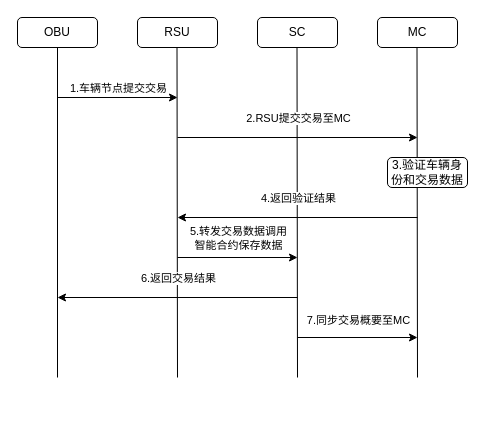
This is 数据请求流程.drawio from burnandgun/diagrams, a draw.io file, before an edit. Source tidied: cells renumbered, new cells numbered last; positions are measured from the earlier drawing's top-left corner, leaving out a move shared by most shapes. Both pictures are drawn from the tidied source at 100%, with x=0, y=0 at pixel (17, 17).
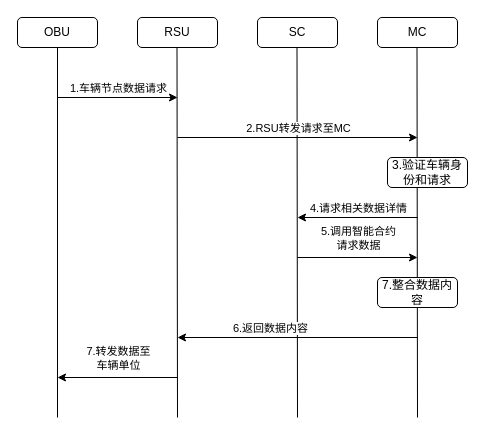
Above is the later version.

Commit message:
更新数据请求流程.drawio

The change refers to these unchanged cells:
```xml
<mxCell id="2" value="OBU" style="rounded=1;whiteSpace=wrap;html=1;" parent="1" vertex="1">
  <mxGeometry width="80" height="30" as="geometry" />
</mxCell>
<mxCell id="10" style="endArrow=classic;html=1;rounded=0;" parent="1" edge="1">
  <mxGeometry relative="1" as="geometry">
    <mxPoint x="40" y="80" as="sourcePoint" />
    <mxPoint x="160" y="80" as="targetPoint" />
  </mxGeometry>
</mxCell>
<mxCell id="13" style="endArrow=classic;html=1;rounded=0;" parent="1" edge="1">
  <mxGeometry relative="1" as="geometry">
    <mxPoint x="160" y="120" as="sourcePoint" />
    <mxPoint x="400" y="120" as="targetPoint" />
  </mxGeometry>
</mxCell>
```

Diff of the diagram source:
```diff
@@
     <mxCell id="6" style="endArrow=none;html=1;rounded=0;entryX=0.5;entryY=1;entryDx=0;entryDy=0;" parent="1" edge="1" target="2">
       <mxGeometry relative="1" as="geometry">
-        <mxPoint x="40" y="360" as="sourcePoint" />
+        <mxPoint x="40" y="400" as="sourcePoint" />
       </mxGeometry>
     </mxCell>
     <mxCell id="7" style="endArrow=none;html=1;rounded=0;entryX=0.5;entryY=1;entryDx=0;entryDy=0;" parent="1" edge="1">
       <mxGeometry relative="1" as="geometry">
-        <mxPoint x="160" y="360" as="sourcePoint" />
+        <mxPoint x="160" y="400" as="sourcePoint" />
         <mxPoint x="159.5" y="30" as="targetPoint" />
       </mxGeometry>
     </mxCell>
     <mxCell id="8" style="endArrow=none;html=1;rounded=0;entryX=0.5;entryY=1;entryDx=0;entryDy=0;" parent="1" edge="1">
       <mxGeometry relative="1" as="geometry">
-        <mxPoint x="280" y="360" as="sourcePoint" />
+        <mxPoint x="280" y="400" as="sourcePoint" />
         <mxPoint x="279.5" y="30" as="targetPoint" />
       </mxGeometry>
     </mxCell>
     <mxCell id="9" style="endArrow=none;html=1;rounded=0;entryX=0.5;entryY=1;entryDx=0;entryDy=0;" parent="1" edge="1">
       <mxGeometry relative="1" as="geometry">
-        <mxPoint x="400" y="360" as="sourcePoint" />
+        <mxPoint x="400" y="400" as="sourcePoint" />
         <mxPoint x="399.5" y="30" as="targetPoint" />
       </mxGeometry>
     </mxCell>
@@
-    <mxCell id="11" value="1.车辆节点提交交易" style="edgeLabel;html=1;align=center;verticalAlign=middle;" parent="10" vertex="1">
+    <mxCell id="11" value="1.车辆节点数据请求" style="edgeLabel;html=1;align=center;verticalAlign=middle;" parent="10" vertex="1">
       <mxGeometry x="0.47" y="-1" relative="1" as="geometry">
         <mxPoint x="-28" y="-11" as="offset" />
       </mxGeometry>
     </mxCell>
-    <mxCell id="12" value="3.验证车辆身份和交易数据" style="rounded=1;whiteSpace=wrap;html=1;" parent="1" vertex="1">
+    <mxCell id="12" value="3.验证车辆身份和请求" style="rounded=1;whiteSpace=wrap;html=1;" parent="1" vertex="1">
       <mxGeometry x="370" y="140" width="80" height="30" as="geometry" />
     </mxCell>
@@
-    <mxCell id="14" value="2.RSU提交交易至MC" style="edgeLabel;html=1;align=center;verticalAlign=middle;" parent="13" vertex="1">
+    <mxCell id="14" value="2.RSU转发请求至MC" style="edgeLabel;html=1;align=center;verticalAlign=middle;" parent="13" vertex="1">
       <mxGeometry x="0.47" y="-1" relative="1" as="geometry">
-        <mxPoint x="-56" y="-21" as="offset" />
+        <mxPoint x="-56" y="-11" as="offset" />
       </mxGeometry>
     </mxCell>
     <mxCell id="15" style="endArrow=classic;html=1;rounded=0;" parent="1" edge="1">
       <mxGeometry relative="1" as="geometry">
         <mxPoint x="400" y="200" as="sourcePoint" />
-        <mxPoint x="160" y="200" as="targetPoint" />
+        <mxPoint x="280" y="200" as="targetPoint" />
       </mxGeometry>
     </mxCell>
-    <mxCell id="16" value="4.返回验证结果" style="edgeLabel;html=1;align=center;verticalAlign=middle;" parent="15" vertex="1">
+    <mxCell id="16" value="4.请求相关数据详情" style="edgeLabel;html=1;align=center;verticalAlign=middle;" parent="15" vertex="1">
       <mxGeometry x="0.47" y="-1" relative="1" as="geometry">
-        <mxPoint x="56" y="-19" as="offset" />
+        <mxPoint x="28" y="-9" as="offset" />
       </mxGeometry>
     </mxCell>
     <mxCell id="17" style="endArrow=classic;html=1;rounded=0;" parent="1" edge="1">
       <mxGeometry relative="1" as="geometry">
-        <mxPoint x="280" y="280" as="sourcePoint" />
-        <mxPoint x="40" y="280" as="targetPoint" />
+        <mxPoint x="400" y="320" as="sourcePoint" />
+        <mxPoint x="160" y="320" as="targetPoint" />
       </mxGeometry>
     </mxCell>
-    <mxCell id="18" value="6.返回交易结果" style="edgeLabel;html=1;align=center;verticalAlign=middle;" parent="17" vertex="1">
+    <mxCell id="18" value="6.返回数据内容" style="edgeLabel;html=1;align=center;verticalAlign=middle;" parent="17" vertex="1">
       <mxGeometry x="0.47" y="-1" relative="1" as="geometry">
-        <mxPoint x="56" y="-19" as="offset" />
+        <mxPoint x="28" y="-9" as="offset" />
       </mxGeometry>
     </mxCell>
     <mxCell id="19" style="endArrow=classic;html=1;rounded=0;" parent="1" edge="1">
       <mxGeometry relative="1" as="geometry">
-        <mxPoint x="160" y="240" as="sourcePoint" />
-        <mxPoint x="280" y="240" as="targetPoint" />
+        <mxPoint x="280" y="240" as="sourcePoint" />
+        <mxPoint x="400" y="240" as="targetPoint" />
       </mxGeometry>
     </mxCell>
-    <mxCell id="20" value="5.转发交易数据调用&lt;br&gt;智能合约保存数据" style="edgeLabel;html=1;align=center;verticalAlign=middle;" parent="19" vertex="1">
+    <mxCell id="20" value="5.调用智能合约&lt;br&gt;请求数据" style="edgeLabel;html=1;align=center;verticalAlign=middle;" parent="19" vertex="1">
       <mxGeometry x="0.47" y="-1" relative="1" as="geometry">
         <mxPoint x="-28" y="-21" as="offset" />
       </mxGeometry>
     </mxCell>
-    <mxCell id="21" style="endArrow=classic;html=1;rounded=0;" parent="1" edge="1">
-      <mxGeometry relative="1" as="geometry">
-        <mxPoint x="280" y="320" as="sourcePoint" />
-        <mxPoint x="400" y="320" as="targetPoint" />
-      </mxGeometry>
-    </mxCell>
-    <mxCell id="22" value="7.同步交易概要至MC" style="edgeLabel;html=1;align=center;verticalAlign=middle;" parent="21" vertex="1">
-      <mxGeometry x="0.47" y="-1" relative="1" as="geometry">
-        <mxPoint x="-28" y="-19" as="offset" />
-      </mxGeometry>
-    </mxCell>
+    <mxCell id="23" value="7.整合数据内容" style="rounded=1;whiteSpace=wrap;html=1;" parent="1" vertex="1">
+      <mxGeometry x="360" y="260" width="80" height="30" as="geometry" />
+    </mxCell>
+    <mxCell id="24" style="endArrow=classic;html=1;rounded=0;" parent="1" edge="1">
+      <mxGeometry relative="1" as="geometry">
+        <mxPoint x="160" y="360" as="sourcePoint" />
+        <mxPoint x="40" y="360" as="targetPoint" />
+      </mxGeometry>
+    </mxCell>
+    <mxCell id="25" value="7.转发数据至&lt;br&gt;车辆单位" style="edgeLabel;html=1;align=center;verticalAlign=middle;" parent="24" vertex="1">
+      <mxGeometry x="0.47" y="-1" relative="1" as="geometry">
+        <mxPoint x="28" y="-19" as="offset" />
+      </mxGeometry>
+    </mxCell>
```
